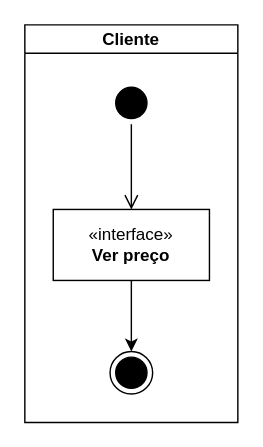
Earlier version of the draw.io diagram Documentação/Diagramas/Diagrama_atividade.drawio (LeozinRomeiro/Defray_Cost_Fuel). Source tidied: cells renumbered, new cells numbered last; positions are measured from the earlier drawing's top-left corner, leaving out a move shared by most shapes. Both pictures are drawn from the tidied source at 142%, with x=0, y=0 at pixel (24, 24).
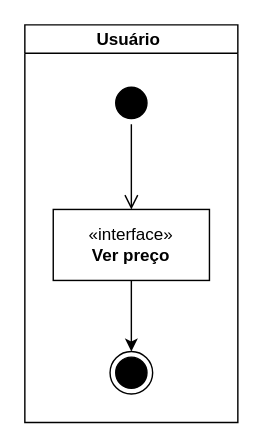
The same diagram, later.

What changed in the source:
```diff
@@
 <mxGraphModel>
   <root>
     <mxCell id="0" />
     <mxCell id="1" parent="0" />
-    <mxCell id="2" value="Cliente" style="swimlane;startSize=20;horizontal=1;horizontalTree=0;containerType=tree;fontSize=12;" parent="1" vertex="1">
+    <mxCell id="2" value="Usuário " style="swimlane;startSize=20;horizontal=1;horizontalTree=0;containerType=tree;fontSize=12;" parent="1" vertex="1">
       <mxGeometry width="150" height="280" as="geometry" />
     </mxCell>
     <mxCell id="3" style="ellipse;html=1;shape=endState;fillColor=#000000;strokeColor=#000000;" parent="2" vertex="1">
       <mxGeometry x="60" y="230" width="30" height="30" as="geometry" />
     </mxCell>
     <mxCell id="4" style="edgeStyle=orthogonalEdgeStyle;rounded=0;jettySize=auto;html=1;entryX=0.5;entryY=0;entryDx=0;entryDy=0;" parent="2" edge="1" source="5" target="3">
       <mxGeometry relative="1" as="geometry" />
     </mxCell>
     <mxCell id="5" value="«interface»&lt;br&gt;&lt;b&gt;Ver preço&lt;/b&gt;" style="html=1;whiteSpace=wrap;" parent="2" vertex="1">
       <mxGeometry x="20" y="130" width="110" height="50" as="geometry" />
     </mxCell>
     <mxCell id="6" style="ellipse;html=1;shape=startState;fillColor=#000000;strokeColor=#000000;" parent="2" vertex="1">
       <mxGeometry x="60" y="40" width="30" height="30" as="geometry" />
     </mxCell>
     <mxCell id="7" style="edgeStyle=orthogonalEdgeStyle;html=1;verticalAlign=bottom;endArrow=open;endSize=8;strokeColor=#000000;rounded=0;" parent="2" edge="1" source="6">
       <mxGeometry relative="1" as="geometry">
         <mxPoint x="75" y="130" as="targetPoint" />
       </mxGeometry>
     </mxCell>
   </root>
 </mxGraphModel>
```
